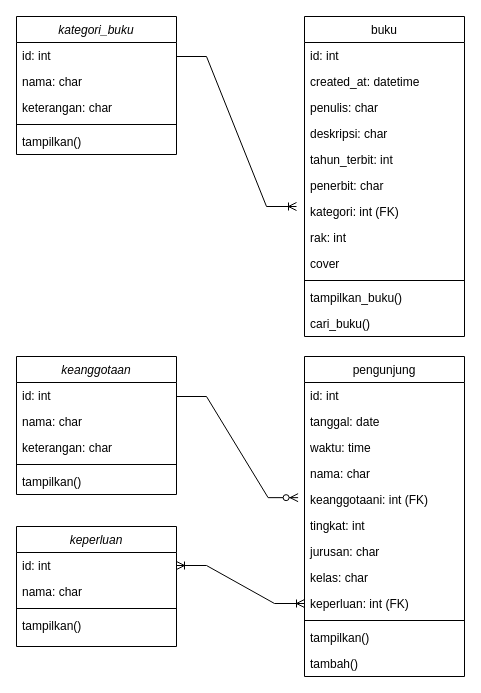
Above: diagramclass-perpus.drawio in Ifattt/tefa-perpus-digital (draw.io), before the change. Source tidied: cells renumbered, new cells numbered last; positions are measured from the earlier drawing's top-left corner, leaving out a move shared by most shapes. Both pictures are drawn from the tidied source at 100%, with x=0, y=0 at pixel (16, 16).
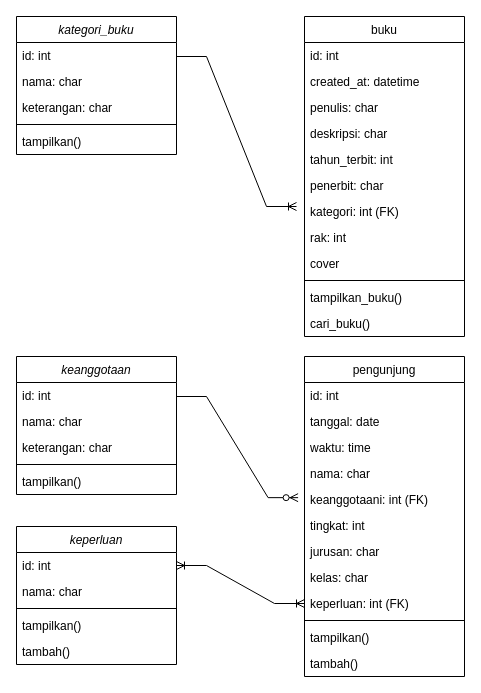
Above is the later version.

Diff of the diagram source:
```diff
@@
     <mxCell id="40" value="keperluan" style="swimlane;fontStyle=2;align=center;verticalAlign=top;horizontal=1;startSize=26;rounded=0;shadow=0;strokeWidth=1;" parent="1" vertex="1">
-      <mxGeometry y="510" width="160" height="120" as="geometry" />
+      <mxGeometry y="510" width="160" height="138" as="geometry" />
     </mxCell>
@@
+    <mxCell id="48" value="tampilkan()" style="text;align=left;verticalAlign=top;spacingLeft=4;spacingRight=4;overflow=hidden;" parent="40" vertex="1">
+      <mxGeometry y="86" width="160" height="26" as="geometry" />
+    </mxCell>
-    <mxCell id="44" value="tampilkan()" style="text;align=left;verticalAlign=top;spacingLeft=4;spacingRight=4;overflow=hidden;" parent="40" vertex="1">
-      <mxGeometry y="86" width="160" height="26" as="geometry" />
+    <mxCell id="44" value="tambah()" style="text;align=left;verticalAlign=top;spacingLeft=4;spacingRight=4;overflow=hidden;" parent="40" vertex="1">
+      <mxGeometry y="112" width="160" height="26" as="geometry" />
     </mxCell>
```
